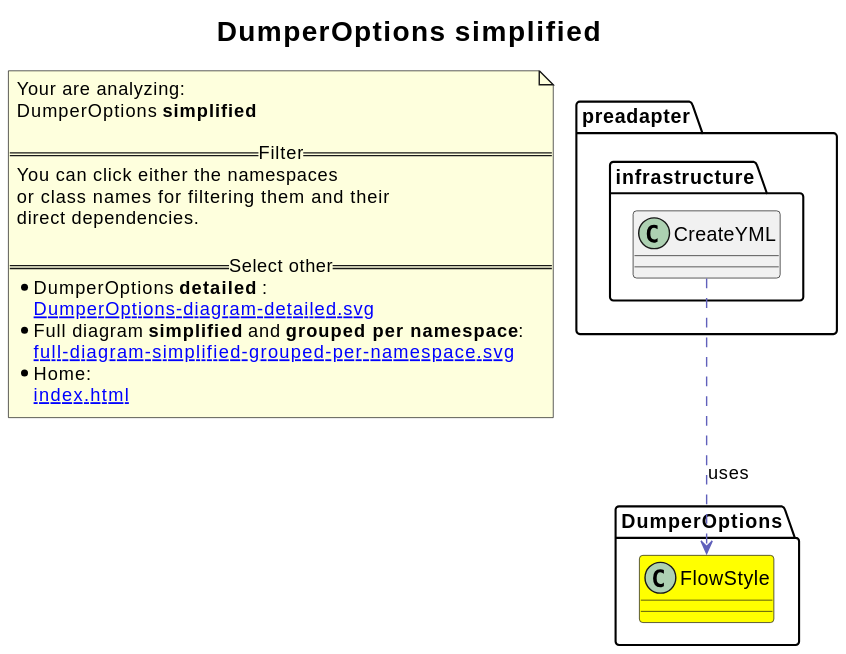
This is revenger-java-adapter.out/DumperOptions-diagram-simplified.svg from 2BlackCoffees/revenger, a PlantUML export, as it was before one commit.
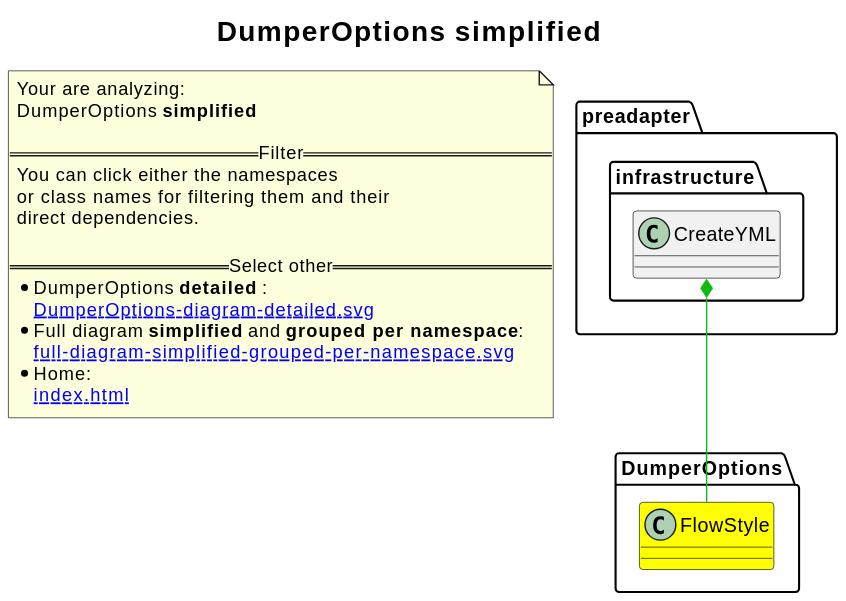
The same diagram one commit later.

Diff of the diagram source:
```diff
@@ -1,9 +1,10 @@
 @startuml
+skinparam linetype ortho
 title <size:20>DumperOptions **simplified** </size>
 note "Your are analyzing:\nDumperOptions **simplified** \n\n==Filter==\nYou can click either the namespaces \nor class names for filtering them and their\ndirect dependencies.\n\n==Select other==\n* DumperOptions **detailed** :\n   [[DumperOptions-diagram-detailed.svg]]\n* Full diagram **simplified** and **grouped per namespace**:\n   [[full-diagram-simplified-grouped-per-namespace.svg]]\n* Home:\n   [[index.html]]" as FloatingNote
 class DumperOptions.FlowStyle [[DumperOptions.FlowStyle-diagram-simplified.svg]] #yellow {
 }
   class preadapter.infrastructure.CreateYML [[preadapter.infrastructure.CreateYML-diagram-simplified.svg]]  {
   }
-preadapter.infrastructure.CreateYML .[#6060BB].> DumperOptions.FlowStyle  : uses
+preadapter.infrastructure.CreateYML *-[#10BB10]- DumperOptions.FlowStyle
 @enduml
```
